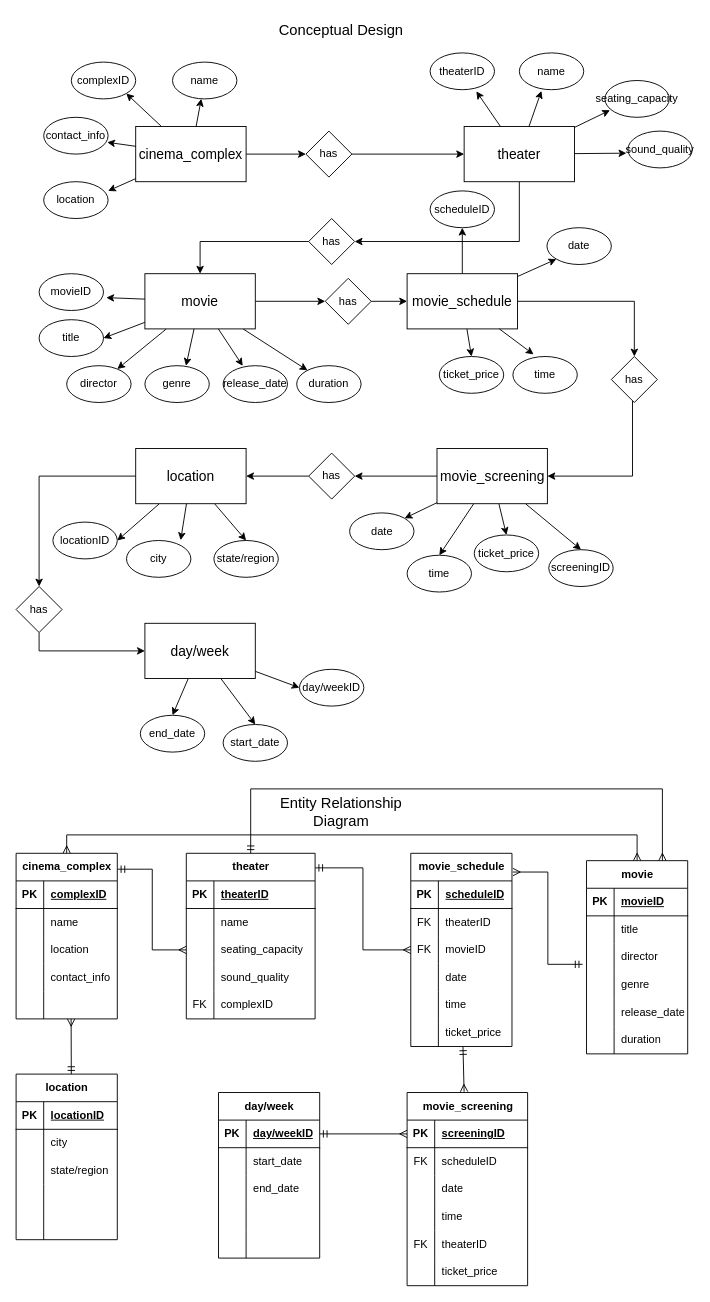
Earlier version of the draw.io diagram eye_candy_cinemas_casestudy.drawio (julieeesy/data_modelling_workshop). Source tidied: cells renumbered, new cells numbered last; positions are measured from the earlier drawing's top-left corner, leaving out a move shared by most shapes. Both pictures are drawn from the tidied source at 92%, with x=0, y=0 at pixel (16, 16).
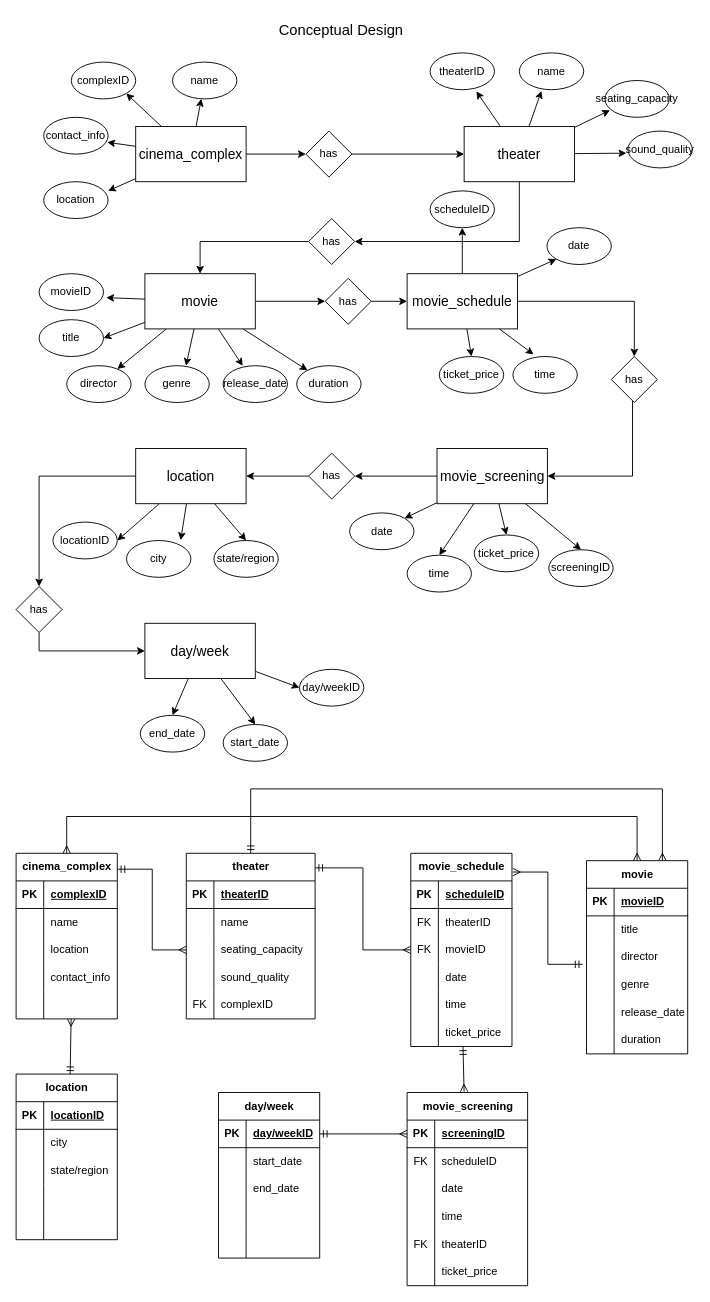
The same page after the edit.

The change refers to these unchanged cells:
```xml
<mxCell id="84" value="cinema_complex" style="shape=table;startSize=30;childLayout=tableLayout;rowLines=0;fontStyle=1;align=center;html=1;" parent="1" vertex="1">
  <mxGeometry y="910" width="110" height="180" as="geometry" />
</mxCell>
<mxCell id="135" value="location" style="shape=table;startSize=30;childLayout=tableLayout;rowLines=0;fontStyle=1;align=center;html=1;" parent="1" vertex="1">
  <mxGeometry y="1150" width="110" height="180" as="geometry" />
</mxCell>
<mxCell id="188" value="movie" style="shape=table;startSize=30;childLayout=tableLayout;rowLines=0;fontStyle=1;align=center;html=1;" parent="1" vertex="1">
  <mxGeometry x="620" y="918" width="110" height="210" as="geometry" />
</mxCell>
```

Change to the diagram source:
```diff
@@
-    <mxCell id="209" style="fontSize=12;html=1;endArrow=ERmany;startArrow=ERmandOne;rounded=0;entryX=0.442;entryY=1.067;entryDx=0;entryDy=0;endFill=0;entryPerimeter=0;" parent="1" edge="1">
+    <mxCell id="209" style="fontSize=12;html=1;endArrow=ERmany;startArrow=ERmandOne;rounded=0;exitX=0.534;exitY=0.001;exitDx=0;exitDy=0;exitPerimeter=0;entryX=0.442;entryY=1.067;entryDx=0;entryDy=0;endFill=0;entryPerimeter=0;" parent="1" edge="1" source="135">
       <mxGeometry relative="1" as="geometry">
-        <mxPoint x="60" y="1150" as="sourcePoint" />
         <mxPoint x="59.8" y="1090" as="targetPoint" />
       </mxGeometry>
     </mxCell>
@@
-    <mxCell id="211" value="Entity Relationship Diagram" style="text;html=1;strokeColor=none;fillColor=none;align=center;verticalAlign=middle;whiteSpace=wrap;rounded=0;fontSize=16;" parent="1" vertex="1">
-      <mxGeometry x="281" y="850" width="145" height="30" as="geometry" />
-    </mxCell>
     <mxCell id="212" style="edgeStyle=elbowEdgeStyle;fontSize=12;html=1;endArrow=ERmany;startArrow=ERmany;rounded=0;exitX=0.5;exitY=0;exitDx=0;exitDy=0;entryX=0.5;entryY=0;entryDx=0;entryDy=0;elbow=vertical;startFill=0;endFill=0;" parent="1" edge="1" source="84" target="188">
       <mxGeometry relative="1" as="geometry">
         <Array as="points">
-          <mxPoint x="360" y="890" />
+          <mxPoint x="370" y="870" />
         </Array>
       </mxGeometry>
     </mxCell>
```
